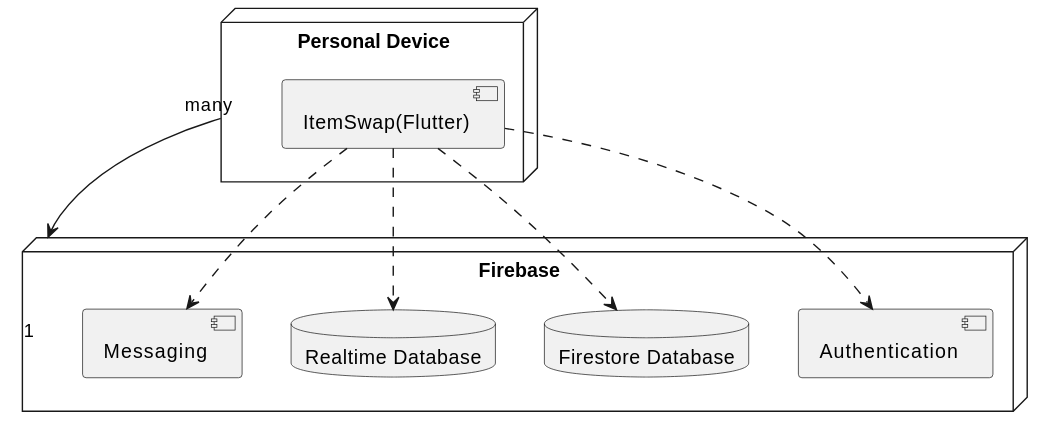
Above: docs/physical_architecture/physical_architecture.svg in casemiromjm/ItemSwap (PlantUML), before the change. Its diagram source:
```plantuml
@startuml
node "Personal Device" {
    [ItemSwap(Flutter)]
}

node "Firebase" {
        [Authentication]
        database "Firestore Database"
        database "Realtime Database"
        [Messaging]
}

[ItemSwap(Flutter)] ..> [Authentication]
[ItemSwap(Flutter)] ..> [Messaging]
[ItemSwap(Flutter)] ..> "Firestore Database"
[ItemSwap(Flutter)] ..> "Realtime Database"

"Personal Device" "many" --> "1" "Firebase"
@enduml
```
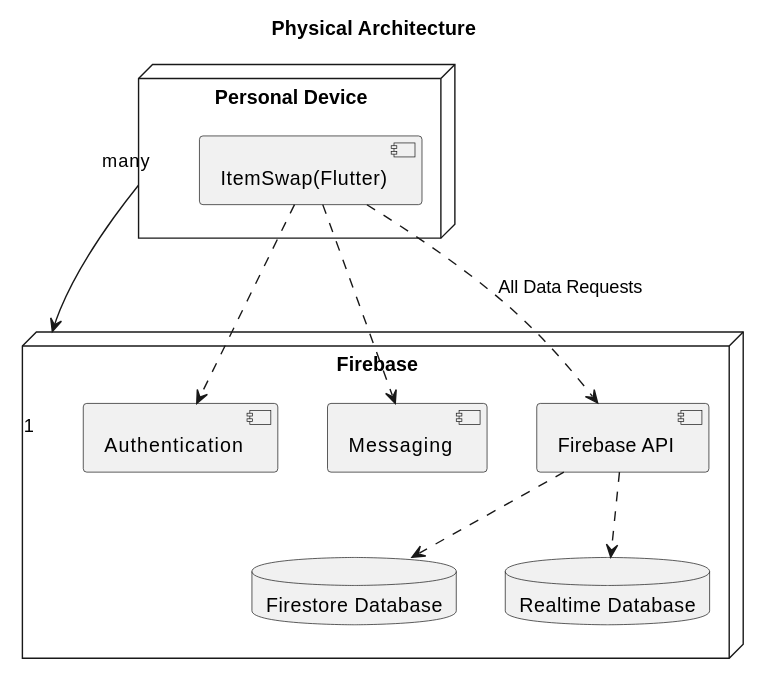
Above is the later version.

Commit message:
fixed architecture diagrams

Diff of the diagram source:
```diff
@@ -1,4 +1,6 @@
 @startuml
+title "Physical Architecture"
+
 node "Personal Device" {
     [ItemSwap(Flutter)]
 }
@@ -8,12 +10,15 @@
         database "Firestore Database"
         database "Realtime Database"
         [Messaging]
+        [Firebase API]
 }
 
 [ItemSwap(Flutter)] ..> [Authentication]
 [ItemSwap(Flutter)] ..> [Messaging]
-[ItemSwap(Flutter)] ..> "Firestore Database"
-[ItemSwap(Flutter)] ..> "Realtime Database"
+[ItemSwap(Flutter)] ..> [Firebase API] : "All Data Requests"
+
+[Firebase API] ..> "Firestore Database"
+[Firebase API] ..> "Realtime Database"
 
 "Personal Device" "many" --> "1" "Firebase"
 @enduml
```
